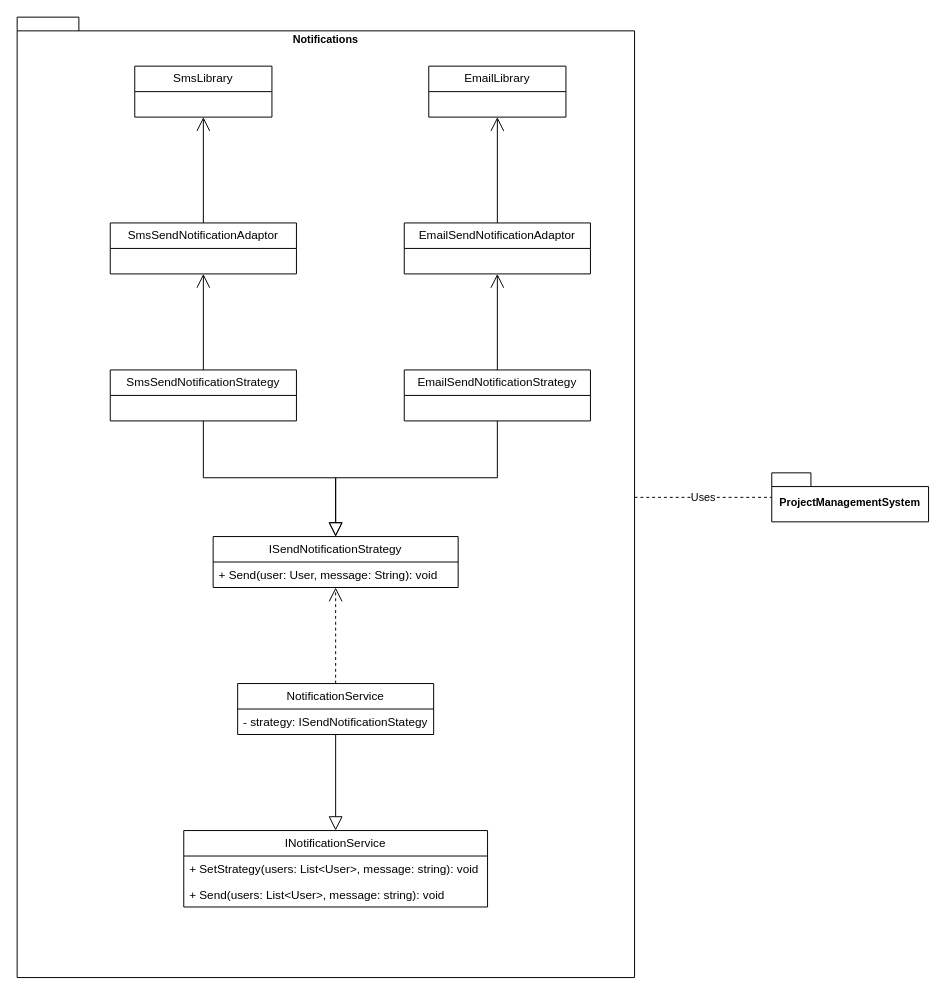
Above: page "Notifications" (1 of 4) of diagrams/ClassDiagrams.drawio in janvb24/SOA3AvansDevOps (draw.io), before the change. Source tidied: cells renumbered, new cells numbered last; positions are measured from the earlier drawing's top-left corner, leaving out a move shared by most shapes. Both pictures are drawn from the tidied source at 98%, with x=0, y=0 at pixel (17, 17).
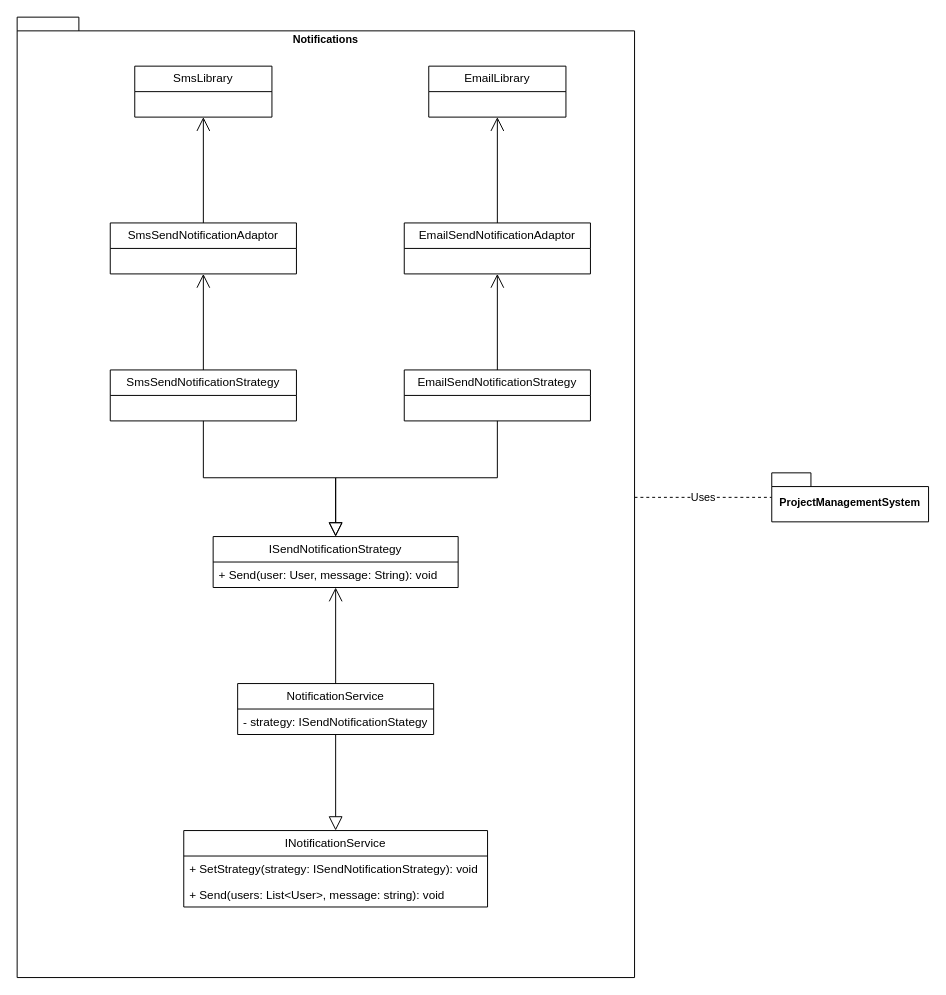
After the change.

Unchanged cells that the change refers to:
```xml
<mxCell id="16" value="ISendNotificationStrategy" style="swimlane;fontStyle=0;horizontal=1;startSize=26;fillColor=none;whiteSpace=wrap;html=1;" parent="1" vertex="1">
  <mxGeometry x="200" y="530" width="250" height="52" as="geometry" />
</mxCell>
<mxCell id="19" value="NotificationService" style="swimlane;fontStyle=0;horizontal=1;startSize=26;fillColor=none;whiteSpace=wrap;html=1;" parent="1" vertex="1">
  <mxGeometry x="225" y="680" width="200" height="52" as="geometry" />
</mxCell>
<mxCell id="22" value="INotificationService" style="swimlane;fontStyle=0;horizontal=1;startSize=26;fillColor=none;whiteSpace=wrap;html=1;" parent="1" vertex="1">
  <mxGeometry x="170" y="830" width="310" height="78" as="geometry" />
</mxCell>
```

Diff of the diagram source:
```diff
@@
-    <mxCell id="18" style="edgeStyle=orthogonalEdgeStyle;shape=connector;rounded=0;jettySize=auto;html=1;strokeColor=default;strokeWidth=1;align=center;verticalAlign=middle;fontFamily=Helvetica;fontSize=11;fontColor=default;labelBackgroundColor=default;startSize=12;endArrow=open;endFill=0;endSize=12;dashed=1;" parent="1" edge="1" source="19" target="16">
+    <mxCell id="18" style="edgeStyle=orthogonalEdgeStyle;shape=connector;rounded=0;jettySize=auto;html=1;strokeColor=default;strokeWidth=1;align=center;verticalAlign=middle;fontFamily=Helvetica;fontSize=11;fontColor=default;labelBackgroundColor=default;startSize=12;endArrow=open;endFill=0;endSize=12;" parent="1" edge="1" source="19" target="16">
       <mxGeometry relative="1" as="geometry" />
     </mxCell>
@@
-    <mxCell id="23" value="+ SetStrategy(users: List&amp;lt;User&amp;gt;, message: string): void" style="text;strokeColor=none;fillColor=none;align=left;verticalAlign=top;spacingLeft=4;spacingRight=4;overflow=hidden;whiteSpace=wrap;html=1;" parent="22" vertex="1">
-      <mxGeometry y="26" width="310" height="26" as="geometry" />
-    </mxCell>
+    <mxCell id="26" value="+ SetStrategy(strategy: ISendNotificationStrategy): void" style="text;strokeColor=none;fillColor=none;align=left;verticalAlign=top;spacingLeft=4;spacingRight=4;overflow=hidden;whiteSpace=wrap;html=1;" parent="22" vertex="1">
+      <mxGeometry y="26" width="310" height="26" as="geometry" />
+    </mxCell>
```
